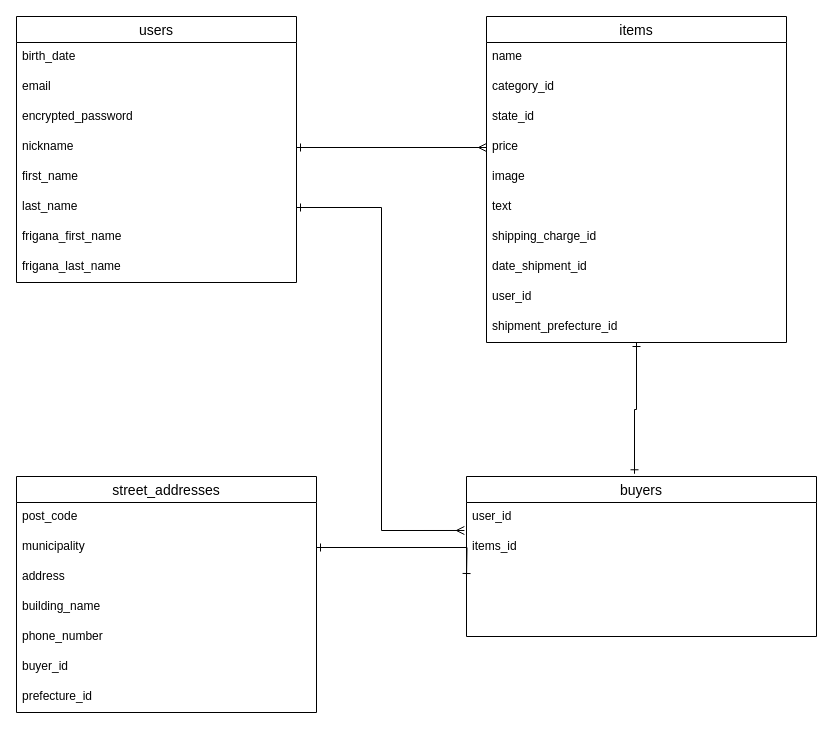
The draw.io diagram furima.dio in junkobayashi11/furima-33993, before the edit. Source tidied: cells renumbered, new cells numbered last; positions are measured from the earlier drawing's top-left corner, leaving out a move shared by most shapes. Both pictures are drawn from the tidied source at 100%, with x=0, y=0 at pixel (16, 16).
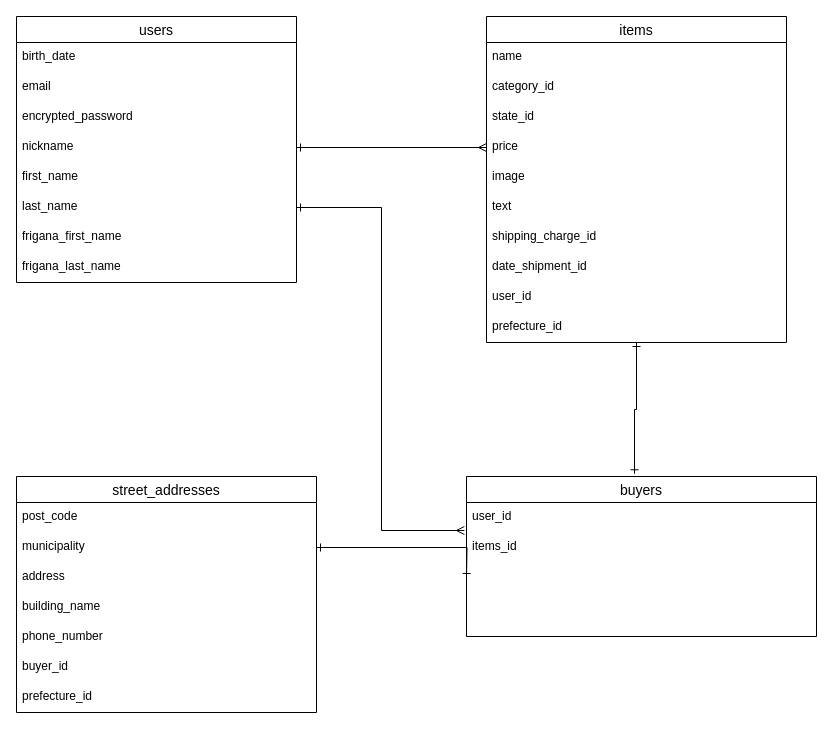
The same diagram, later.

Commit message (it also covers changes not shown here):
発送先と発送元のカラム名を統一

The change refers to these unchanged cells:
```xml
<mxCell id="12" value="items" style="swimlane;fontStyle=0;horizontal=1;startSize=26;align=center;fontSize=14;verticalAlign=middle;" parent="1" vertex="1">
  <mxGeometry x="470" width="300" height="326" as="geometry" />
</mxCell>
```

What changed in the source:
```diff
@@
-    <mxCell id="22" value="shipment_prefecture_id" style="text;strokeColor=none;fillColor=none;spacingLeft=4;spacingRight=4;overflow=hidden;fontSize=12;" parent="12" vertex="1">
+    <mxCell id="22" value="prefecture_id" style="text;strokeColor=none;fillColor=none;spacingLeft=4;spacingRight=4;overflow=hidden;fontSize=12;" parent="12" vertex="1">
       <mxGeometry y="296" width="300" height="30" as="geometry" />
     </mxCell>
```
